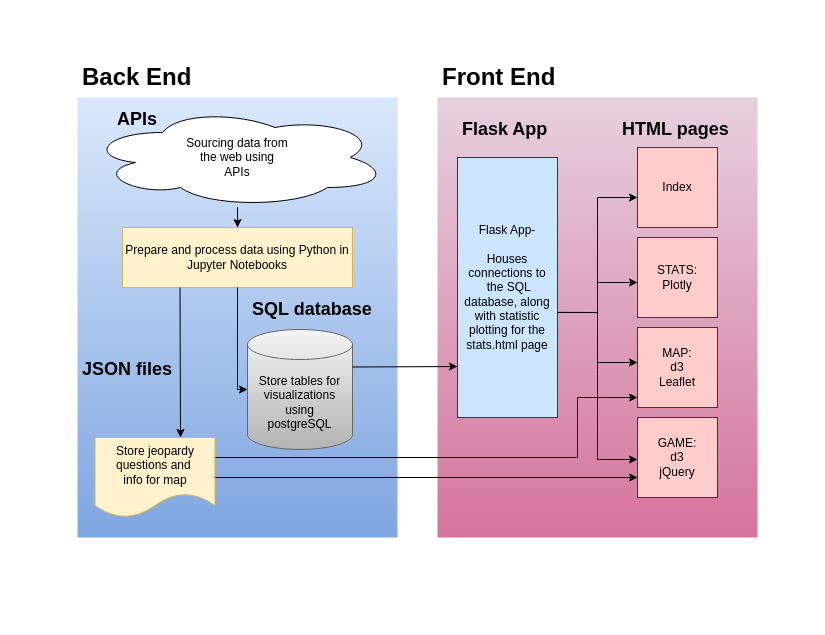
Before: Resources/full_stack_vis.drawio in a-barbera/Jeo-PARTY, a draw.io diagram. Source tidied: cells renumbered, new cells numbered last; positions are measured from the earlier drawing's top-left corner, leaving out a move shared by most shapes. Both pictures are drawn from the tidied source at 100%, with x=0, y=0 at pixel (77, 57).
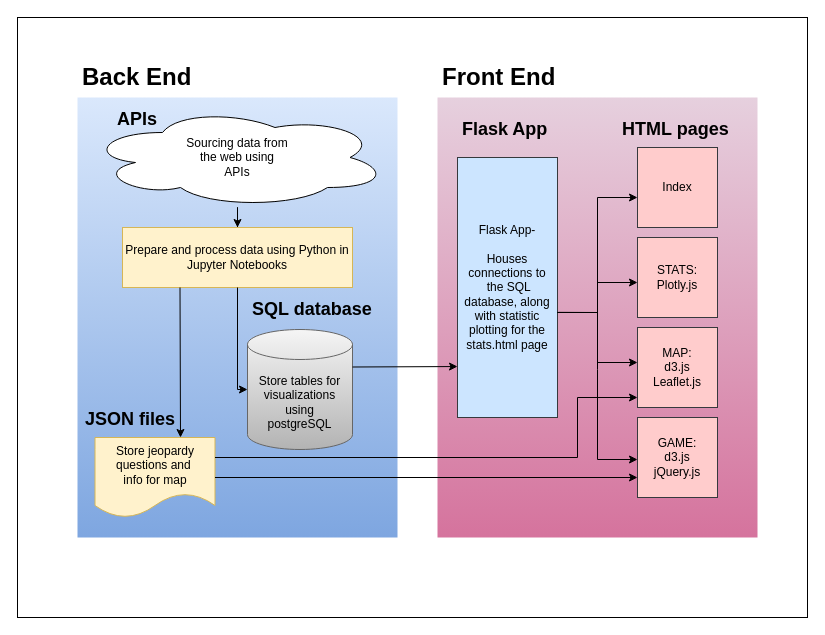
The same page after the edit.

What changed in the source:
```diff
@@
+    <mxCell id="30" style="rounded=0;whiteSpace=wrap;html=1;" parent="1" vertex="1">
+      <mxGeometry x="-60" y="-40" width="790" height="600" as="geometry" />
+    </mxCell>
@@
-    <mxCell id="12" value="GAME:&lt;br&gt;d3&lt;br&gt;jQuery" style="whiteSpace=wrap;html=1;strokeColor=#36393d;fillColor=#ffcccc;" parent="1" vertex="1">
+    <mxCell id="12" value="GAME:&lt;br&gt;d3.js&lt;br&gt;jQuery.js" style="whiteSpace=wrap;html=1;strokeColor=#36393d;fillColor=#ffcccc;" parent="1" vertex="1">
       <mxGeometry x="560" y="360" width="80" height="80" as="geometry" />
     </mxCell>
@@
-    <mxCell id="14" value="STATS:&lt;br&gt;Plotly" style="whiteSpace=wrap;html=1;strokeColor=#36393d;fillColor=#ffcccc;" parent="1" vertex="1">
+    <mxCell id="14" value="STATS:&lt;br&gt;Plotly.js" style="whiteSpace=wrap;html=1;strokeColor=#36393d;fillColor=#ffcccc;" parent="1" vertex="1">
       <mxGeometry x="560" y="180" width="80" height="80" as="geometry" />
     </mxCell>
@@
-    <mxCell id="16" value="MAP:&lt;br&gt;d3&lt;br&gt;Leaflet" style="whiteSpace=wrap;html=1;strokeColor=#36393d;fillColor=#ffcccc;" parent="1" vertex="1">
+    <mxCell id="16" value="MAP:&lt;br&gt;d3.js&lt;br&gt;Leaflet.js" style="whiteSpace=wrap;html=1;strokeColor=#36393d;fillColor=#ffcccc;" parent="1" vertex="1">
       <mxGeometry x="560" y="270" width="80" height="80" as="geometry" />
     </mxCell>
@@
     <mxCell id="24" value="&lt;h1&gt;&lt;font style=&quot;font-size: 18px;&quot;&gt;JSON files&lt;/font&gt;&lt;/h1&gt;" style="text;html=1;strokeColor=none;fillColor=none;spacing=5;spacingTop=-20;whiteSpace=wrap;overflow=hidden;rounded=0;" parent="1" vertex="1">
-      <mxGeometry y="290" width="130" height="40" as="geometry" />
+      <mxGeometry x="3" y="340" width="130" height="40" as="geometry" />
     </mxCell>
```
